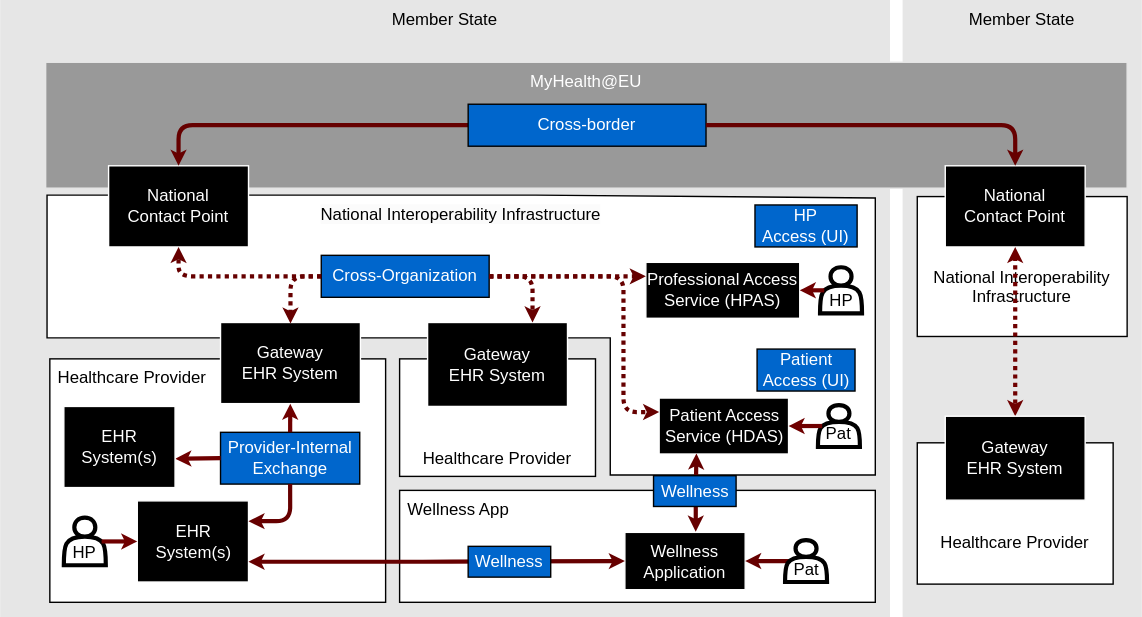
Above: input/images/EHDS-overview.drawio.svg in euridice-org/eu-health-data-api (draw.io), before the change. Source tidied: cells renumbered, new cells last; positions are measured from the earlier drawing's top-left corner, leaving out a move shared by most shapes.
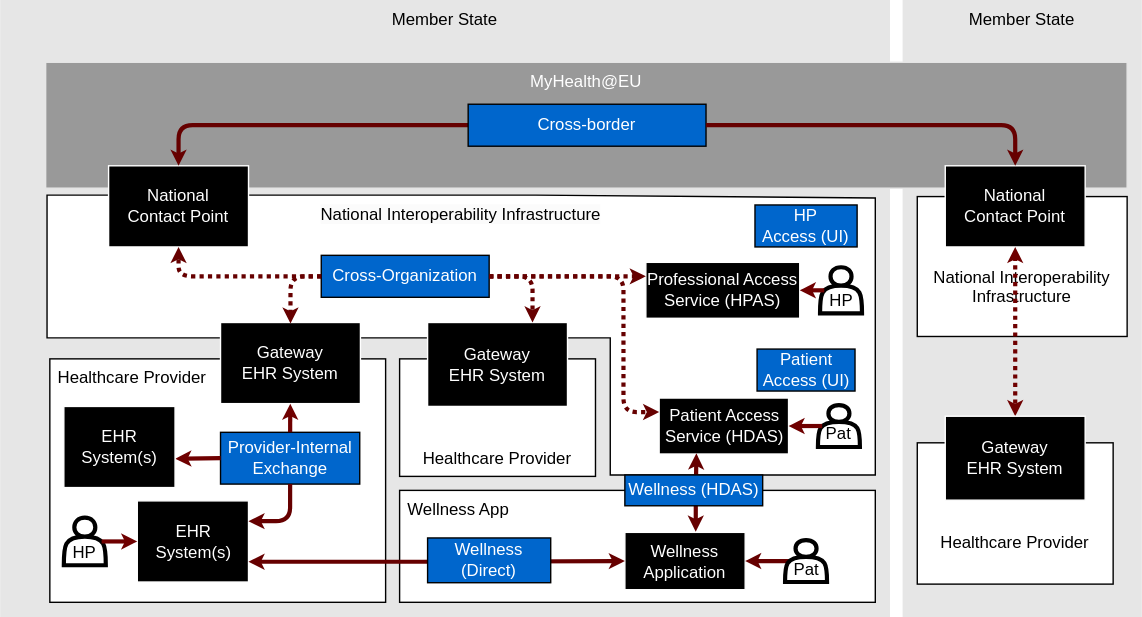
After the commit.

What changed in the source:
```diff
@@ -142,11 +142,11 @@
     <mxCell id="46" value="&lt;div&gt;&lt;font style=&quot;color: rgb(255, 255, 255);&quot;&gt;HP&lt;/font&gt;&lt;/div&gt;&lt;div&gt;&lt;font style=&quot;color: rgb(255, 255, 255);&quot;&gt;Access (UI)&lt;/font&gt;&lt;/div&gt;" style="whiteSpace=wrap;html=1;fillColor=#0066CC;fontColor=light-dark(#fafafa, #ededed);" parent="1" vertex="1">
       <mxGeometry x="539" y="146" width="73" height="30" as="geometry" />
     </mxCell>
-    <mxCell id="47" value="&lt;font style=&quot;color: rgb(255, 255, 255);&quot;&gt;Wellness&lt;br&gt;&lt;/font&gt;" style="whiteSpace=wrap;html=1;fillColor=#0066CC;fontColor=light-dark(#fafafa, #ededed);" parent="1" vertex="1">
-      <mxGeometry x="466.5" y="339.5" width="59" height="22" as="geometry" />
+    <mxCell id="47" value="&lt;font style=&quot;color: rgb(255, 255, 255);&quot;&gt;Wellness (HDAS)&lt;br&gt;&lt;/font&gt;" style="whiteSpace=wrap;html=1;fillColor=#0066CC;fontColor=light-dark(#fafafa, #ededed);" parent="1" vertex="1">
+      <mxGeometry x="446" y="339" width="98.5" height="22" as="geometry" />
     </mxCell>
-    <mxCell id="48" value="&lt;font style=&quot;color: rgb(255, 255, 255);&quot;&gt;Wellness&lt;br&gt;&lt;/font&gt;" style="whiteSpace=wrap;html=1;fillColor=#0066CC;fontColor=light-dark(#fafafa, #ededed);" parent="1" vertex="1">
-      <mxGeometry x="334" y="390" width="59" height="22" as="geometry" />
+    <mxCell id="48" value="&lt;font style=&quot;color: rgb(255, 255, 255);&quot;&gt;Wellness (Direct)&lt;br&gt;&lt;/font&gt;" style="whiteSpace=wrap;html=1;fillColor=#0066CC;fontColor=light-dark(#fafafa, #ededed);" parent="1" vertex="1">
+      <mxGeometry x="305" y="384" width="88" height="32" as="geometry" />
     </mxCell>
   </root>
 </mxGraphModel>
```
